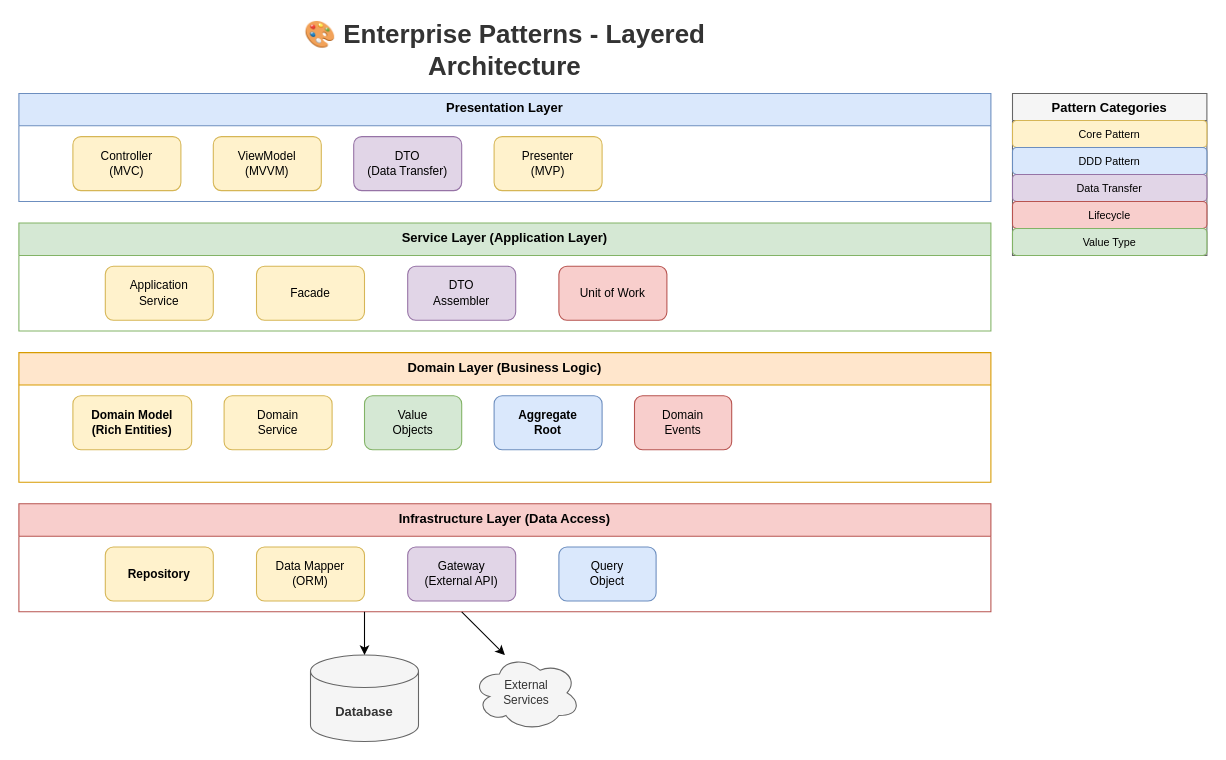
This is lesson-01-software-design-architecture/diagrams/1.4-enterprise-patterns-layers.drawio from MrParkerZ7/document-lesson-software-architect-x-claude, a draw.io file, before an edit. Source tidied: cells renumbered, new cells numbered last; positions are measured from the earlier drawing's top-left corner, leaving out a move shared by most shapes. Both pictures are drawn from the tidied source at 108%, with x=0, y=0 at pixel (18, 28).
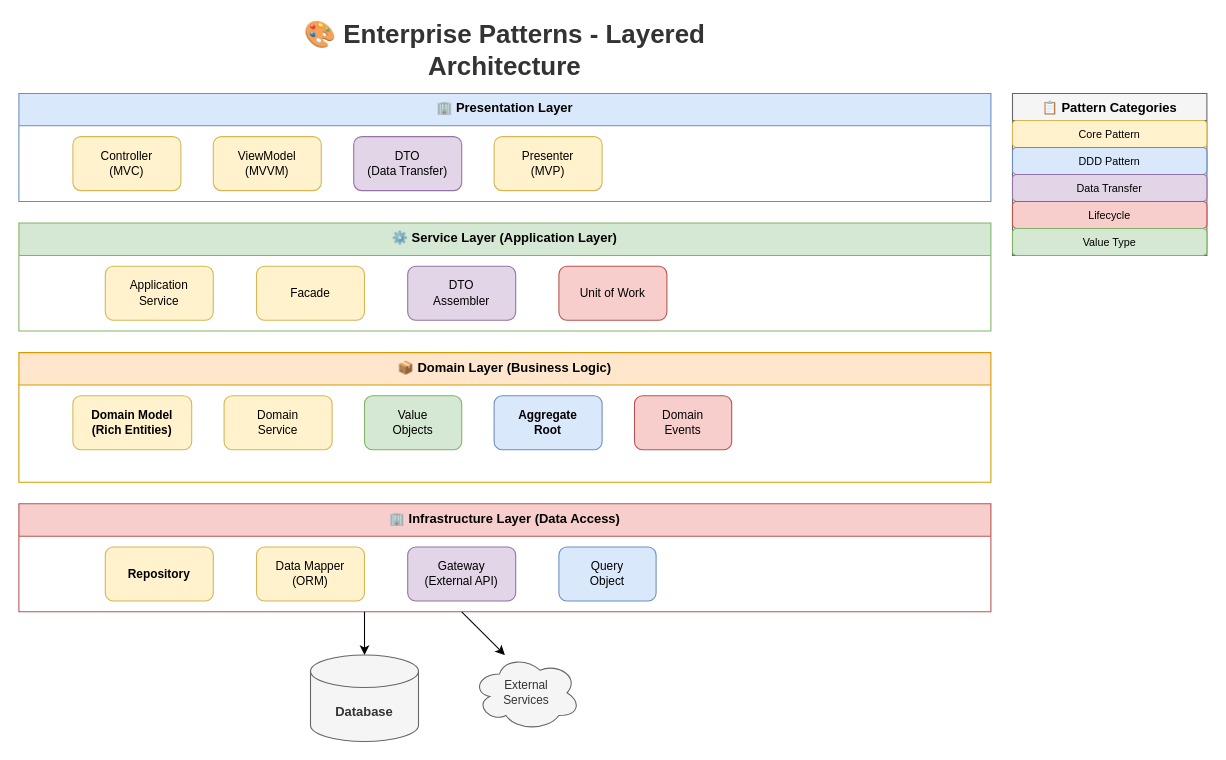
Above is the later version.

Change to the diagram source:
```diff
@@
-    <mxCell id="3" value="Presentation Layer" style="swimlane;fontStyle=1;align=center;verticalAlign=top;horizontal=1;startSize=30;fillColor=#dae8fc;strokeColor=#6c8ebf;" parent="1" vertex="1">
+    <mxCell id="3" value="🏢 Presentation Layer" style="swimlane;fontStyle=1;align=center;verticalAlign=top;horizontal=1;startSize=30;fillColor=#dae8fc;strokeColor=#6c8ebf;" parent="1" vertex="1">
       <mxGeometry y="60" width="900" height="100" as="geometry" />
     </mxCell>
@@
-    <mxCell id="9" value="Service Layer (Application Layer)" style="swimlane;fontStyle=1;align=center;verticalAlign=top;horizontal=1;startSize=30;fillColor=#d5e8d4;strokeColor=#82b366;" parent="1" vertex="1">
+    <mxCell id="9" value="⚙️ Service Layer (Application Layer)" style="swimlane;fontStyle=1;align=center;verticalAlign=top;horizontal=1;startSize=30;fillColor=#d5e8d4;strokeColor=#82b366;" parent="1" vertex="1">
       <mxGeometry y="180" width="900" height="100" as="geometry" />
     </mxCell>
@@
-    <mxCell id="15" value="Domain Layer (Business Logic)" style="swimlane;fontStyle=1;align=center;verticalAlign=top;horizontal=1;startSize=30;fillColor=#ffe6cc;strokeColor=#d79b00;" parent="1" vertex="1">
+    <mxCell id="15" value="📦 Domain Layer (Business Logic)" style="swimlane;fontStyle=1;align=center;verticalAlign=top;horizontal=1;startSize=30;fillColor=#ffe6cc;strokeColor=#d79b00;" parent="1" vertex="1">
       <mxGeometry y="300" width="900" height="120" as="geometry" />
     </mxCell>
@@
-    <mxCell id="22" value="Infrastructure Layer (Data Access)" style="swimlane;fontStyle=1;align=center;verticalAlign=top;horizontal=1;startSize=30;fillColor=#f8cecc;strokeColor=#b85450;" parent="1" vertex="1">
+    <mxCell id="22" value="🏢 Infrastructure Layer (Data Access)" style="swimlane;fontStyle=1;align=center;verticalAlign=top;horizontal=1;startSize=30;fillColor=#f8cecc;strokeColor=#b85450;" parent="1" vertex="1">
       <mxGeometry y="440" width="900" height="100" as="geometry" />
     </mxCell>
@@
-    <mxCell id="32" value="Pattern Categories" style="swimlane;fontStyle=1;align=center;verticalAlign=top;horizontal=1;startSize=25;fillColor=#f5f5f5;strokeColor=#666666;" parent="1" vertex="1">
+    <mxCell id="32" value="📋 Pattern Categories" style="swimlane;fontStyle=1;align=center;verticalAlign=top;horizontal=1;startSize=25;fillColor=#f5f5f5;strokeColor=#666666;" parent="1" vertex="1">
       <mxGeometry x="920" y="60" width="180" height="150" as="geometry" />
     </mxCell>
```
